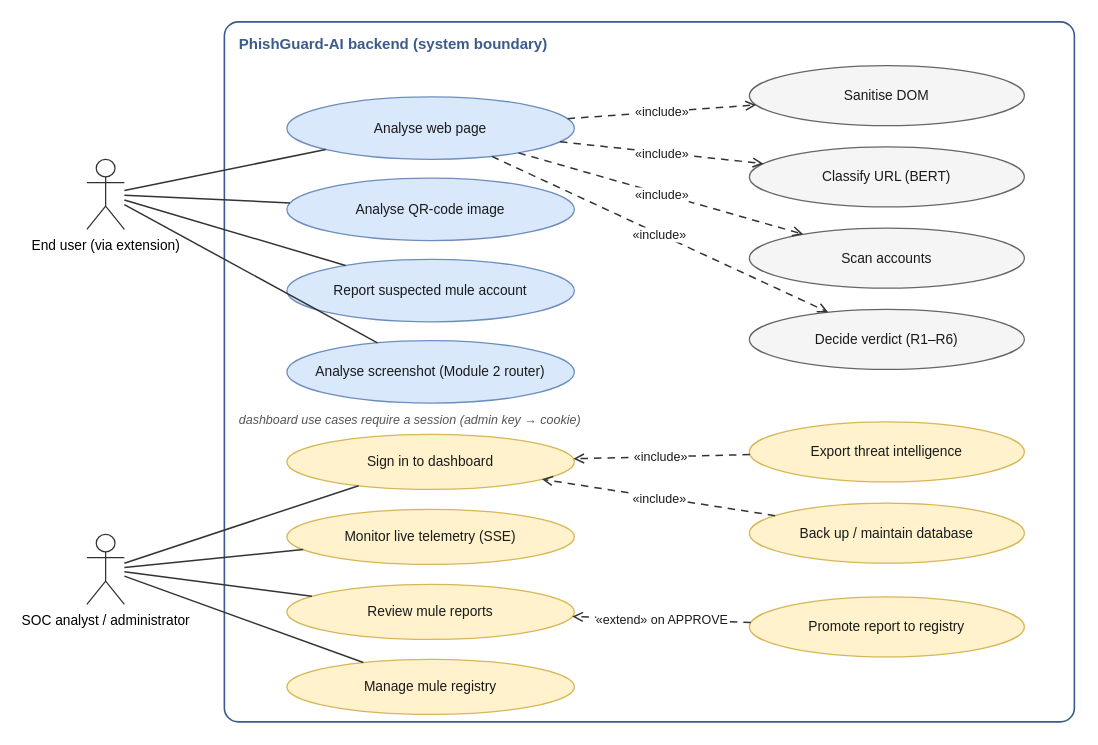
Earlier version of the draw.io diagram report/diagrams_drawio/use_case.drawio (KunTheNoobie/PhishGuard-AI-Complete). Source tidied: cells renumbered, new cells numbered last; positions are measured from the earlier drawing's top-left corner, leaving out a move shared by most shapes. Both pictures are drawn from the tidied source at 125%, with x=0, y=0 at pixel (86, 21).
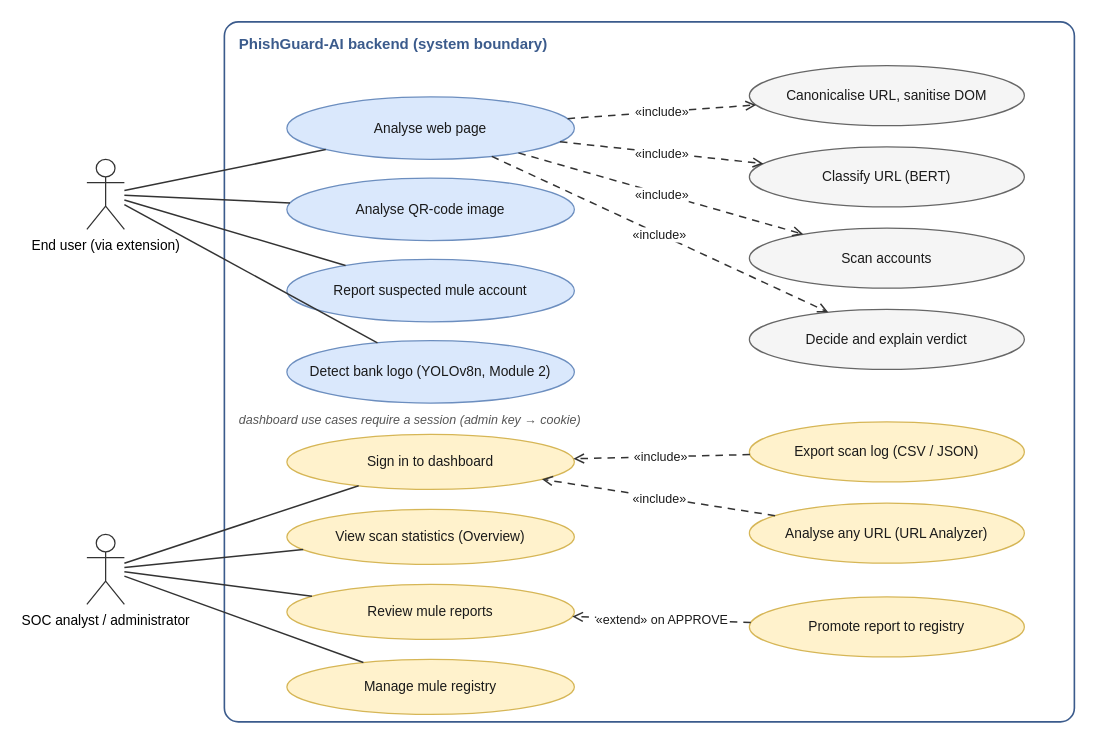
The same page after the edit.

What changed in the source:
```diff
@@
-    <mxCell id="11" value="Analyse screenshot (Module 2 router)" style="ellipse;whiteSpace=wrap;html=1;fillColor=#DAE8FC;strokeColor=#6C8EBF;fontFamily=Arial;fontSize=11;fontColor=#1A1A1A;" parent="1" vertex="1">
+    <mxCell id="11" value="Detect bank logo (YOLOv8n, Module 2)" style="ellipse;whiteSpace=wrap;html=1;fillColor=#DAE8FC;strokeColor=#6C8EBF;fontFamily=Arial;fontSize=11;fontColor=#1A1A1A;" parent="1" vertex="1">
       <mxGeometry x="160" y="255" width="230" height="50" as="geometry" />
     </mxCell>
@@
-    <mxCell id="13" value="Sanitise DOM" style="ellipse;whiteSpace=wrap;html=1;fillColor=#F5F5F5;strokeColor=#666666;fontFamily=Arial;fontSize=11;fontColor=#1A1A1A;" parent="1" vertex="1">
+    <mxCell id="13" value="Canonicalise URL, sanitise DOM" style="ellipse;whiteSpace=wrap;html=1;fillColor=#F5F5F5;strokeColor=#666666;fontFamily=Arial;fontSize=11;fontColor=#1A1A1A;" parent="1" vertex="1">
       <mxGeometry x="530" y="35" width="220" height="48" as="geometry" />
     </mxCell>
@@
-    <mxCell id="19" value="Decide verdict (R1–R6)" style="ellipse;whiteSpace=wrap;html=1;fillColor=#F5F5F5;strokeColor=#666666;fontFamily=Arial;fontSize=11;fontColor=#1A1A1A;" parent="1" vertex="1">
+    <mxCell id="19" value="Decide and explain verdict" style="ellipse;whiteSpace=wrap;html=1;fillColor=#F5F5F5;strokeColor=#666666;fontFamily=Arial;fontSize=11;fontColor=#1A1A1A;" parent="1" vertex="1">
       <mxGeometry x="530" y="230" width="220" height="48" as="geometry" />
     </mxCell>
@@
-    <mxCell id="23" value="Monitor live telemetry (SSE)" style="ellipse;whiteSpace=wrap;html=1;fillColor=#FFF2CC;strokeColor=#D6B656;fontFamily=Arial;fontSize=11;fontColor=#1A1A1A;" parent="1" vertex="1">
+    <mxCell id="23" value="View scan statistics (Overview)" style="ellipse;whiteSpace=wrap;html=1;fillColor=#FFF2CC;strokeColor=#D6B656;fontFamily=Arial;fontSize=11;fontColor=#1A1A1A;" parent="1" vertex="1">
       <mxGeometry x="160" y="390" width="230" height="44" as="geometry" />
     </mxCell>
@@
-    <mxCell id="29" value="Export threat intelligence" style="ellipse;whiteSpace=wrap;html=1;fillColor=#FFF2CC;strokeColor=#D6B656;fontFamily=Arial;fontSize=11;fontColor=#1A1A1A;" parent="1" vertex="1">
+    <mxCell id="29" value="Export scan log (CSV / JSON)" style="ellipse;whiteSpace=wrap;html=1;fillColor=#FFF2CC;strokeColor=#D6B656;fontFamily=Arial;fontSize=11;fontColor=#1A1A1A;" parent="1" vertex="1">
       <mxGeometry x="530" y="320" width="220" height="48" as="geometry" />
     </mxCell>
-    <mxCell id="30" value="Back up / maintain database" style="ellipse;whiteSpace=wrap;html=1;fillColor=#FFF2CC;strokeColor=#D6B656;fontFamily=Arial;fontSize=11;fontColor=#1A1A1A;" parent="1" vertex="1">
+    <mxCell id="30" value="Analyse any URL (URL Analyzer)" style="ellipse;whiteSpace=wrap;html=1;fillColor=#FFF2CC;strokeColor=#D6B656;fontFamily=Arial;fontSize=11;fontColor=#1A1A1A;" parent="1" vertex="1">
       <mxGeometry x="530" y="385" width="220" height="48" as="geometry" />
     </mxCell>
```
